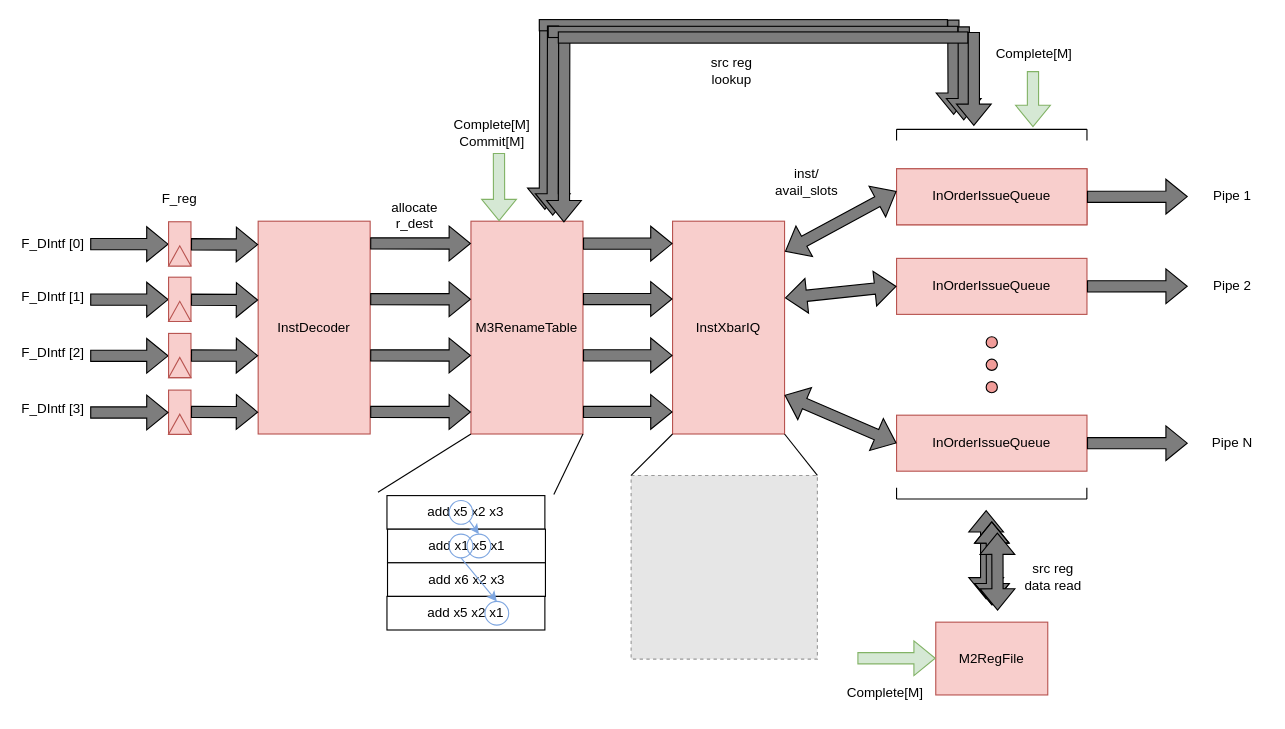
Earlier version of the draw.io diagram docs/units/img/DecodeIssueUnitL8.drawio (cornell-brg/blimp). Source tidied: cells renumbered, new cells numbered last; positions are measured from the earlier drawing's top-left corner, leaving out a move shared by most shapes. Both pictures are drawn from the tidied source at 112%, with x=0, y=0 at pixel (19, 19). Pictures stored in the file or linked from it are replaced by grey dashed boxes.
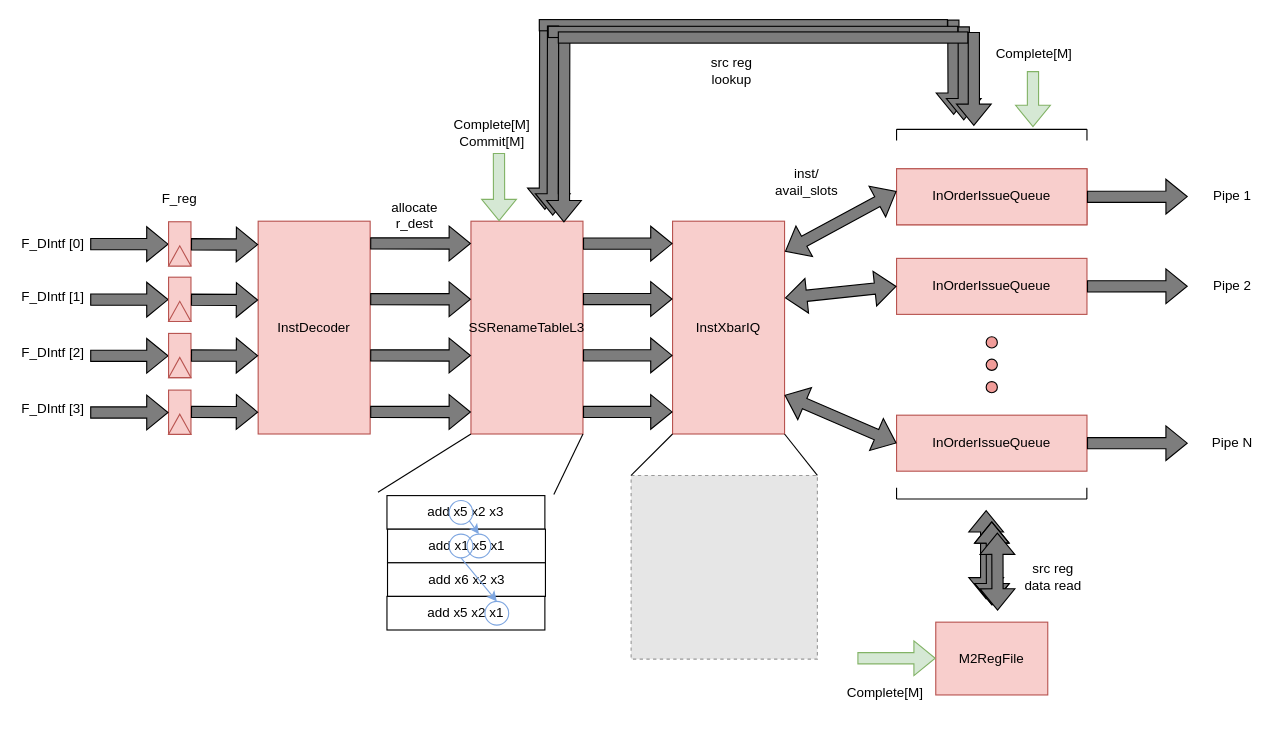
Above is the later version.

Diff of the diagram source:
```diff
@@
-    <mxCell id="7" value="M3RenameTable" style="rounded=0;whiteSpace=wrap;html=1;fillColor=#f8cecc;strokeColor=#b85450;" parent="1" vertex="1">
+    <mxCell id="7" value="SSRenameTableL3" style="rounded=0;whiteSpace=wrap;html=1;fillColor=#f8cecc;strokeColor=#b85450;" parent="1" vertex="1">
       <mxGeometry x="403" y="180" width="100" height="190" as="geometry" />
     </mxCell>
```
